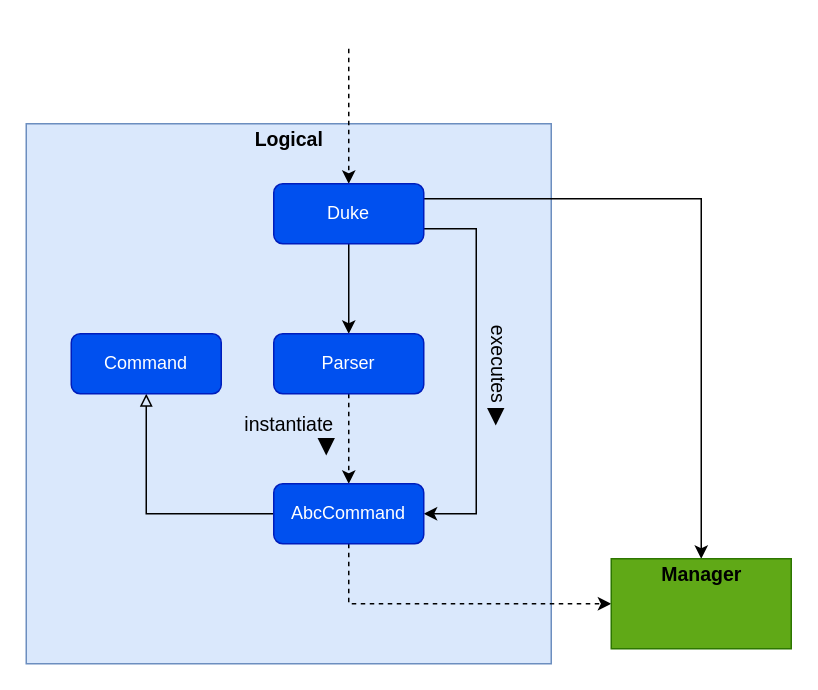
Earlier version of the draw.io diagram UMLdiagrams/LogicalComponentDiagrams/Logical Component Diagram.drawio (thaddyyz/tp). Source tidied: cells renumbered, new cells numbered last; positions are measured from the earlier drawing's top-left corner, leaving out a move shared by most shapes. Both pictures are drawn from the tidied source at 150%, with x=0, y=0 at pixel (26, 48).
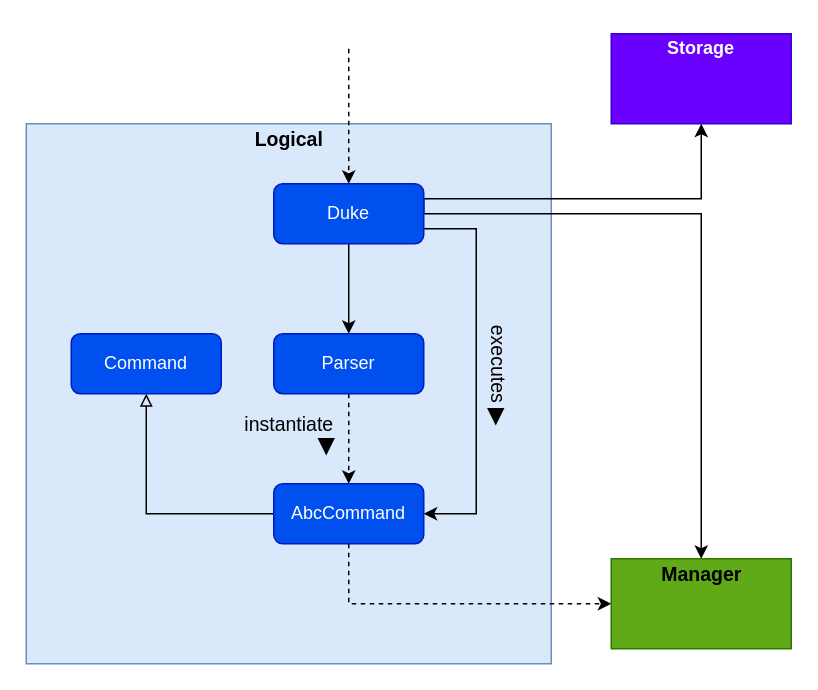
The same page after the edit.

The change refers to these unchanged cells:
```xml
<mxCell id="7" value="Duke" style="rounded=1;whiteSpace=wrap;html=1;fillColor=#0050ef;strokeColor=#001DBC;fontColor=#ffffff;" parent="1" vertex="1">
  <mxGeometry x="165" y="90" width="100" height="40" as="geometry" />
</mxCell>
<mxCell id="14" value="&lt;b&gt;&lt;font style=&quot;font-size: 13px&quot;&gt;Manager&lt;/font&gt;&lt;/b&gt;" style="text;html=1;align=center;verticalAlign=middle;points=[];strokeColor=none;fillColor=none;" parent="1" vertex="1">
  <mxGeometry x="415" y="340" width="70" height="20" as="geometry" />
</mxCell>
```

What changed in the source:
```diff
@@
     <mxCell id="5" style="edgeStyle=orthogonalEdgeStyle;rounded=0;jettySize=auto;html=1;exitX=1;exitY=0.25;exitDx=0;exitDy=0;fontSize=13;fontColor=#000000;endArrow=classic;endFill=1;" parent="1" edge="1" source="7" target="14">
-      <mxGeometry relative="1" as="geometry" />
+      <mxGeometry relative="1" as="geometry">
+        <Array as="points">
+          <mxPoint x="265" y="110" />
+          <mxPoint x="450" y="110" />
+        </Array>
+      </mxGeometry>
     </mxCell>
@@
+    <mxCell id="21" style="edgeStyle=orthogonalEdgeStyle;rounded=0;jettySize=auto;html=1;exitX=1;exitY=0.25;exitDx=0;exitDy=0;" parent="1" edge="1" source="7" target="22">
+      <mxGeometry relative="1" as="geometry" />
+    </mxCell>
@@
+    <mxCell id="22" style="rounded=0;whiteSpace=wrap;html=1;fillColor=#6a00ff;fontColor=#ffffff;strokeColor=#3700CC;" parent="1" vertex="1">
+      <mxGeometry x="390" y="-10" width="120" height="60" as="geometry" />
+    </mxCell>
+    <mxCell id="23" value="&lt;b&gt;&lt;font color=&quot;#ffffff&quot;&gt;Storage&lt;/font&gt;&lt;/b&gt;" style="text;html=1;strokeColor=none;fillColor=none;align=center;verticalAlign=middle;whiteSpace=wrap;rounded=0;" parent="1" vertex="1">
+      <mxGeometry x="420" y="-15" width="60" height="30" as="geometry" />
+    </mxCell>
```
